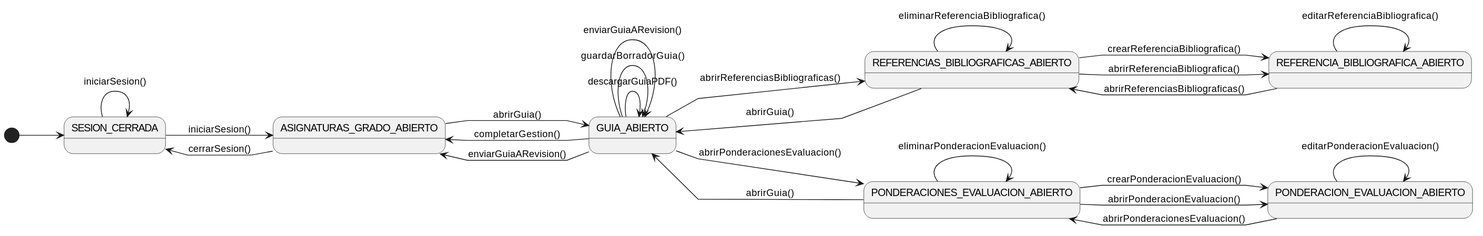
The PlantUML diagram images/RUP/01-requisitos/01-actores-casos-uso/diagramaContextoProfesor.svg in mmasias/pyCeldaPublico, before a commit.
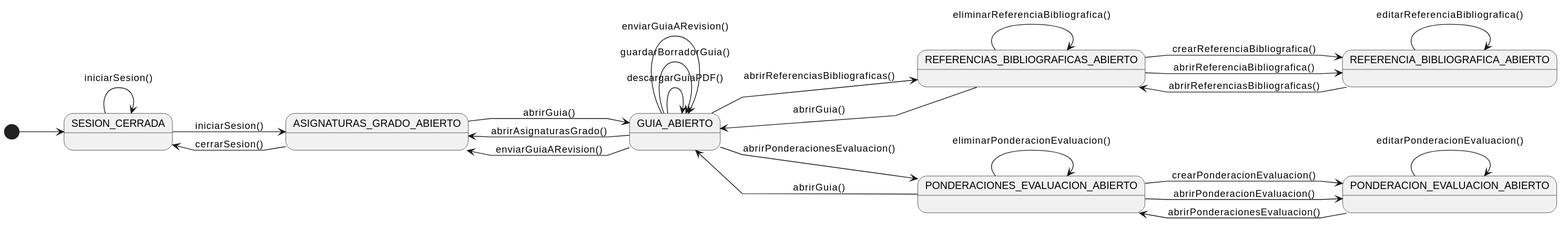
After the commit.

Change to the diagram source:
```diff
@@ -40,7 +40,7 @@
 
 GUIA_ABIERTO --> GUIA_ABIERTO : guardarBorradorGuia()
 
-GUIA_ABIERTO --> ASIGNATURAS_GRADO_ABIERTO : completarGestion()
+GUIA_ABIERTO --> ASIGNATURAS_GRADO_ABIERTO : abrirAsignaturasGrado()
 
 GUIA_ABIERTO --> ASIGNATURAS_GRADO_ABIERTO : enviarGuiaARevision()
 GUIA_ABIERTO --> GUIA_ABIERTO : enviarGuiaARevision()
```
